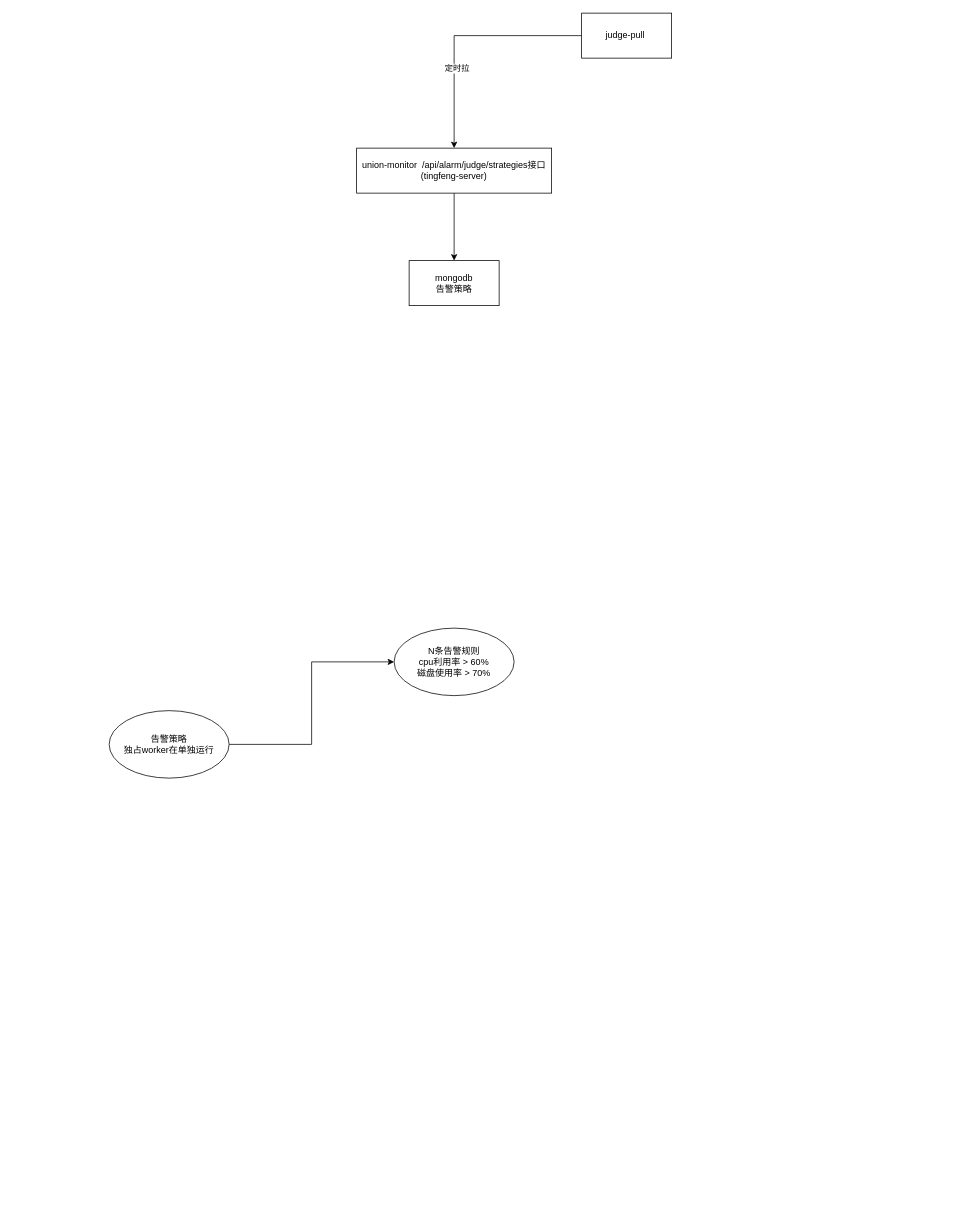
Before: monitor.drawio in jingb/pythonRepo, a draw.io diagram. Source tidied: cells renumbered, new cells numbered last; positions are measured from the earlier drawing's top-left corner, leaving out a move shared by most shapes. Both pictures are drawn from the tidied source at 75%, with x=0, y=0 at pixel (109, 13).
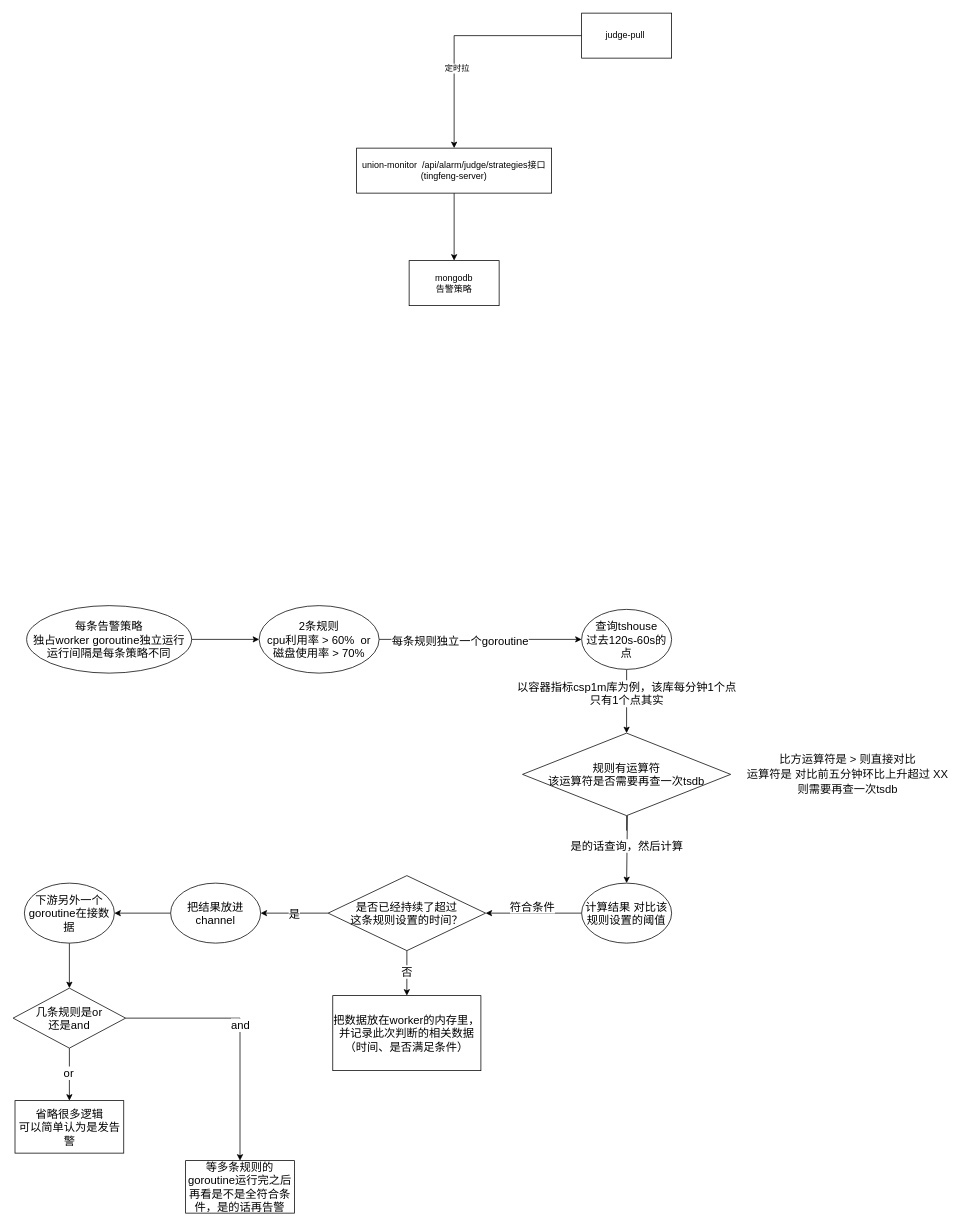
Above is the later version.

Diff of the diagram source:
```diff
@@
-    <mxCell id="8" style="edgeStyle=orthogonalEdgeStyle;rounded=0;jettySize=auto;html=1;exitX=1;exitY=0.5;exitDx=0;exitDy=0;entryX=0;entryY=0.5;entryDx=0;entryDy=0;" parent="1" edge="1" source="9" target="10">
+    <mxCell id="8" style="edgeStyle=orthogonalEdgeStyle;rounded=0;jettySize=auto;html=1;exitX=1;exitY=0.5;exitDx=0;exitDy=0;entryX=0;entryY=0.5;entryDx=0;entryDy=0;fontSize=15;" parent="1" edge="1" source="9" target="10">
       <mxGeometry relative="1" as="geometry" />
     </mxCell>
-    <mxCell id="9" value="告警策略&lt;br&gt;独占worker在单独运行" style="ellipse;whiteSpace=wrap;html=1;" parent="1" vertex="1">
-      <mxGeometry y="930" width="160" height="90" as="geometry" />
+    <mxCell id="9" value="每条告警策略&lt;br style=&quot;font-size: 15px;&quot;&gt;独占worker goroutine独立运行&lt;br style=&quot;font-size: 15px;&quot;&gt;运行间隔是每条策略不同" style="ellipse;whiteSpace=wrap;html=1;fontSize=15;" parent="1" vertex="1">
+      <mxGeometry x="-110" y="790" width="220" height="90" as="geometry" />
     </mxCell>
+    <mxCell id="11" style="edgeStyle=orthogonalEdgeStyle;rounded=0;jettySize=auto;html=1;exitX=1;exitY=0.5;exitDx=0;exitDy=0;entryX=0;entryY=0.5;entryDx=0;entryDy=0;fontSize=15;" parent="1" edge="1" source="10" target="15">
+      <mxGeometry relative="1" as="geometry" />
+    </mxCell>
+    <mxCell id="12" value="每条规则独立一个goroutine" style="edgeLabel;html=1;align=center;verticalAlign=middle;fontSize=15;" parent="11" vertex="1">
+      <mxGeometry x="-0.21" y="-1" relative="1" as="geometry" />
+    </mxCell>
-    <mxCell id="10" value="N条告警规则&lt;br&gt;cpu利用率 &amp;gt; 60%&lt;br&gt;磁盘使用率 &amp;gt; 70%" style="ellipse;whiteSpace=wrap;html=1;" parent="1" vertex="1">
-      <mxGeometry x="380" y="820" width="160" height="90" as="geometry" />
+    <mxCell id="10" value="2条规则&lt;br style=&quot;font-size: 15px;&quot;&gt;cpu利用率 &amp;gt; 60%&amp;nbsp; or&lt;br style=&quot;font-size: 15px;&quot;&gt;磁盘使用率 &amp;gt; 70%" style="ellipse;whiteSpace=wrap;html=1;fontSize=15;" parent="1" vertex="1">
+      <mxGeometry x="200" y="790" width="160" height="90" as="geometry" />
     </mxCell>
+    <mxCell id="13" style="edgeStyle=orthogonalEdgeStyle;rounded=0;jettySize=auto;html=1;exitX=0.5;exitY=1;exitDx=0;exitDy=0;entryX=0.5;entryY=0;entryDx=0;entryDy=0;fontSize=15;" parent="1" edge="1" source="15" target="18">
+      <mxGeometry relative="1" as="geometry" />
+    </mxCell>
+    <mxCell id="14" value="以容器指标csp1m库为例，该库每分钟1个点&lt;br style=&quot;font-size: 15px;&quot;&gt;只有1个点其实" style="edgeLabel;html=1;align=center;verticalAlign=middle;fontSize=15;" parent="13" vertex="1">
+      <mxGeometry x="-0.26" y="3" relative="1" as="geometry">
+        <mxPoint x="-3" as="offset" />
+      </mxGeometry>
+    </mxCell>
+    <mxCell id="15" value="查询tshouse&lt;br style=&quot;font-size: 15px;&quot;&gt;过去120s-60s的点" style="ellipse;whiteSpace=wrap;html=1;fontSize=15;" parent="1" vertex="1">
+      <mxGeometry x="630" y="795" width="120" height="80" as="geometry" />
+    </mxCell>
+    <mxCell id="16" style="edgeStyle=orthogonalEdgeStyle;rounded=0;jettySize=auto;html=1;exitX=0.5;exitY=1;exitDx=0;exitDy=0;entryX=0.5;entryY=0;entryDx=0;entryDy=0;fontSize=15;" parent="1" edge="1" target="22">
+      <mxGeometry relative="1" as="geometry">
+        <mxPoint x="690" y="1090" as="sourcePoint" />
+        <Array as="points">
+          <mxPoint x="690" y="1070" />
+          <mxPoint x="691" y="1070" />
+        </Array>
+      </mxGeometry>
+    </mxCell>
+    <mxCell id="17" value="是的话查询，然后计算" style="edgeLabel;html=1;align=center;verticalAlign=middle;fontSize=15;" parent="16" vertex="1">
+      <mxGeometry x="-0.26" relative="1" as="geometry">
+        <mxPoint x="-1" y="20" as="offset" />
+      </mxGeometry>
+    </mxCell>
+    <mxCell id="18" value="规则有运算符&lt;br style=&quot;font-size: 15px;&quot;&gt;该运算符是否需要再查一次tsdb" style="rhombus;whiteSpace=wrap;html=1;fontSize=15;" parent="1" vertex="1">
+      <mxGeometry x="551.2" y="960" width="277.5" height="110" as="geometry" />
+    </mxCell>
+    <mxCell id="19" value="&lt;pre style=&quot;background-color: rgb(255, 255, 255); color: rgb(8, 8, 8); font-size: 15px;&quot;&gt;&lt;font face=&quot;Helvetica&quot; style=&quot;font-size: 15px;&quot;&gt;比方运算符是 &amp;gt; 则直接对比&lt;br style=&quot;font-size: 15px;&quot;&gt;运算符是 对比前五分钟环比上升超过 XX&lt;br style=&quot;font-size: 15px;&quot;&gt;则需要再查一次tsdb&lt;/font&gt;&lt;/pre&gt;" style="text;strokeColor=none;align=center;fillColor=none;html=1;verticalAlign=middle;whiteSpace=wrap;rounded=0;fontSize=15;" parent="1" vertex="1">
+      <mxGeometry x="840" y="975" width="290" height="80" as="geometry" />
+    </mxCell>
+    <mxCell id="20" style="edgeStyle=orthogonalEdgeStyle;rounded=0;jettySize=auto;html=1;exitX=0;exitY=0.5;exitDx=0;exitDy=0;entryX=1;entryY=0.5;entryDx=0;entryDy=0;fontSize=15;" parent="1" edge="1" source="22" target="36">
+      <mxGeometry relative="1" as="geometry" />
+    </mxCell>
+    <mxCell id="21" value="符合条件" style="edgeLabel;html=1;align=center;verticalAlign=middle;fontSize=15;" parent="20" vertex="1">
+      <mxGeometry x="0.12" y="1" relative="1" as="geometry">
+        <mxPoint x="5" y="-11" as="offset" />
+      </mxGeometry>
+    </mxCell>
+    <mxCell id="22" value="计算结果 对比该规则设置的阈值" style="ellipse;whiteSpace=wrap;html=1;fontSize=15;" parent="1" vertex="1">
+      <mxGeometry x="630" y="1160" width="120" height="80" as="geometry" />
+    </mxCell>
+    <mxCell id="23" style="edgeStyle=orthogonalEdgeStyle;rounded=0;jettySize=auto;html=1;exitX=0;exitY=0.5;exitDx=0;exitDy=0;entryX=1;entryY=0.5;entryDx=0;entryDy=0;fontSize=15;" parent="1" edge="1" source="24" target="26">
+      <mxGeometry relative="1" as="geometry" />
+    </mxCell>
+    <mxCell id="24" value="把结果放进 channel" style="ellipse;whiteSpace=wrap;html=1;fontSize=15;" parent="1" vertex="1">
+      <mxGeometry x="82" y="1160" width="120" height="80" as="geometry" />
+    </mxCell>
+    <mxCell id="25" style="edgeStyle=orthogonalEdgeStyle;rounded=0;jettySize=auto;html=1;exitX=0.5;exitY=1;exitDx=0;exitDy=0;entryX=0.5;entryY=0;entryDx=0;entryDy=0;fontSize=15;" parent="1" edge="1" source="26" target="31">
+      <mxGeometry relative="1" as="geometry" />
+    </mxCell>
+    <mxCell id="26" value="下游另外一个goroutine在接数据&lt;br style=&quot;font-size: 15px;&quot;&gt;" style="ellipse;whiteSpace=wrap;html=1;fontSize=15;" parent="1" vertex="1">
+      <mxGeometry x="-113" y="1160" width="120" height="80" as="geometry" />
+    </mxCell>
+    <mxCell id="27" style="edgeStyle=orthogonalEdgeStyle;rounded=0;jettySize=auto;html=1;exitX=0.5;exitY=1;exitDx=0;exitDy=0;entryX=0.5;entryY=0;entryDx=0;entryDy=0;fontSize=15;" parent="1" edge="1" source="31" target="38">
+      <mxGeometry relative="1" as="geometry" />
+    </mxCell>
+    <mxCell id="28" value="or" style="edgeLabel;html=1;align=center;verticalAlign=middle;fontSize=15;" parent="27" vertex="1">
+      <mxGeometry x="-0.09" y="-2" relative="1" as="geometry" />
+    </mxCell>
+    <mxCell id="29" style="edgeStyle=orthogonalEdgeStyle;rounded=0;jettySize=auto;html=1;exitX=1;exitY=0.5;exitDx=0;exitDy=0;entryX=0.5;entryY=0;entryDx=0;entryDy=0;fontSize=15;" parent="1" edge="1" source="31" target="39">
+      <mxGeometry relative="1" as="geometry" />
+    </mxCell>
+    <mxCell id="30" value="and" style="edgeLabel;html=1;align=center;verticalAlign=middle;fontSize=15;" parent="29" vertex="1">
+      <mxGeometry x="-0.06" relative="1" as="geometry" />
+    </mxCell>
+    <mxCell id="31" value="几条规则是or&lt;br style=&quot;font-size: 15px;&quot;&gt;还是and" style="rhombus;whiteSpace=wrap;html=1;fontSize=15;" parent="1" vertex="1">
+      <mxGeometry x="-128" y="1300" width="150" height="80" as="geometry" />
+    </mxCell>
+    <mxCell id="32" style="edgeStyle=orthogonalEdgeStyle;rounded=0;jettySize=auto;html=1;entryX=1;entryY=0.5;entryDx=0;entryDy=0;exitX=0;exitY=0.5;exitDx=0;exitDy=0;fontSize=15;" parent="1" edge="1" source="36" target="24">
+      <mxGeometry relative="1" as="geometry" />
+    </mxCell>
+    <mxCell id="33" value="是" style="edgeLabel;html=1;align=center;verticalAlign=middle;fontSize=15;" parent="32" vertex="1">
+      <mxGeometry x="0.03" relative="1" as="geometry" />
+    </mxCell>
+    <mxCell id="34" style="edgeStyle=orthogonalEdgeStyle;rounded=0;jettySize=auto;html=1;exitX=0.5;exitY=1;exitDx=0;exitDy=0;entryX=0.5;entryY=0;entryDx=0;entryDy=0;fontSize=15;" parent="1" edge="1" source="36" target="37">
+      <mxGeometry relative="1" as="geometry" />
+    </mxCell>
+    <mxCell id="35" value="否" style="edgeLabel;html=1;align=center;verticalAlign=middle;fontSize=15;" parent="34" vertex="1">
+      <mxGeometry x="-0.06" relative="1" as="geometry" />
+    </mxCell>
+    <mxCell id="36" value="是否已经持续了超过&lt;br style=&quot;font-size: 15px;&quot;&gt;这条规则设置的时间？" style="rhombus;whiteSpace=wrap;html=1;fontSize=15;" parent="1" vertex="1">
+      <mxGeometry x="292" y="1150" width="210" height="100" as="geometry" />
+    </mxCell>
+    <mxCell id="37" value="把数据放在worker的内存里，并记录此次判断的相关数据（时间、是否满足条件）" style="rounded=0;whiteSpace=wrap;html=1;fontSize=15;" parent="1" vertex="1">
+      <mxGeometry x="298.2" y="1310" width="197.5" height="100" as="geometry" />
+    </mxCell>
+    <mxCell id="38" value="省略很多逻辑&lt;br style=&quot;font-size: 15px;&quot;&gt;可以简单认为是发告警" style="rounded=0;whiteSpace=wrap;html=1;fontSize=15;" parent="1" vertex="1">
+      <mxGeometry x="-125.5" y="1450" width="145" height="70" as="geometry" />
+    </mxCell>
+    <mxCell id="39" value="等多条规则的goroutine运行完之后再看是不是全符合条件，是的话再告警" style="rounded=0;whiteSpace=wrap;html=1;fontSize=15;" parent="1" vertex="1">
+      <mxGeometry x="102" y="1530" width="145" height="70" as="geometry" />
+    </mxCell>
```
